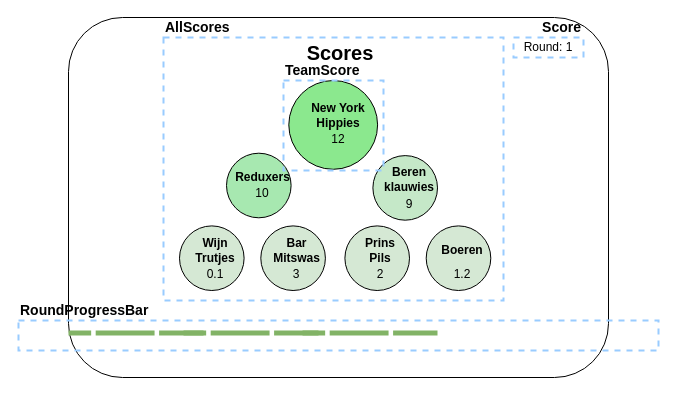
Before: page "Intermission" (2 of 2) of assets/Score/ScoreboardApp_React_Components.drawio in TBeeren/PubQuiz, a draw.io diagram. Source tidied: cells renumbered, new cells numbered last; positions are measured from the earlier drawing's top-left corner, leaving out a move shared by most shapes. Both pictures are drawn from the tidied source at 100%, with x=0, y=0 at pixel (18, 17).
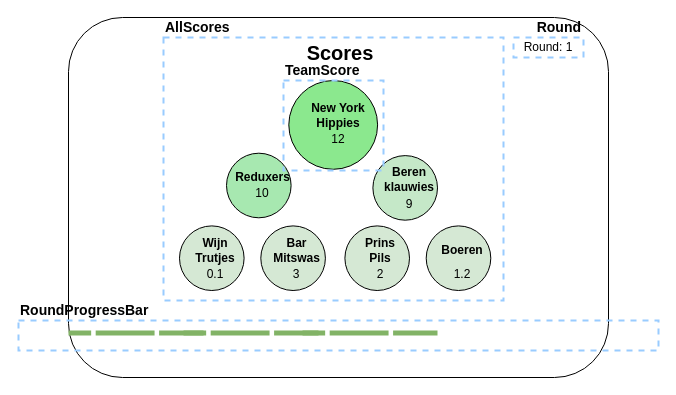
The same page after the edit.

The edit, as a diff of the source:
```diff
@@
-    <mxCell id="39" value="Score" style="text;html=1;strokeColor=none;fillColor=none;align=right;verticalAlign=middle;whiteSpace=wrap;rounded=0;dashed=1;fontSize=14;fontStyle=1;" parent="1" vertex="1">
+    <mxCell id="39" value="Round" style="text;html=1;strokeColor=none;fillColor=none;align=right;verticalAlign=middle;whiteSpace=wrap;rounded=0;dashed=1;fontSize=14;fontStyle=1;" parent="1" vertex="1">
       <mxGeometry x="375" width="190" height="20" as="geometry" />
     </mxCell>
```
